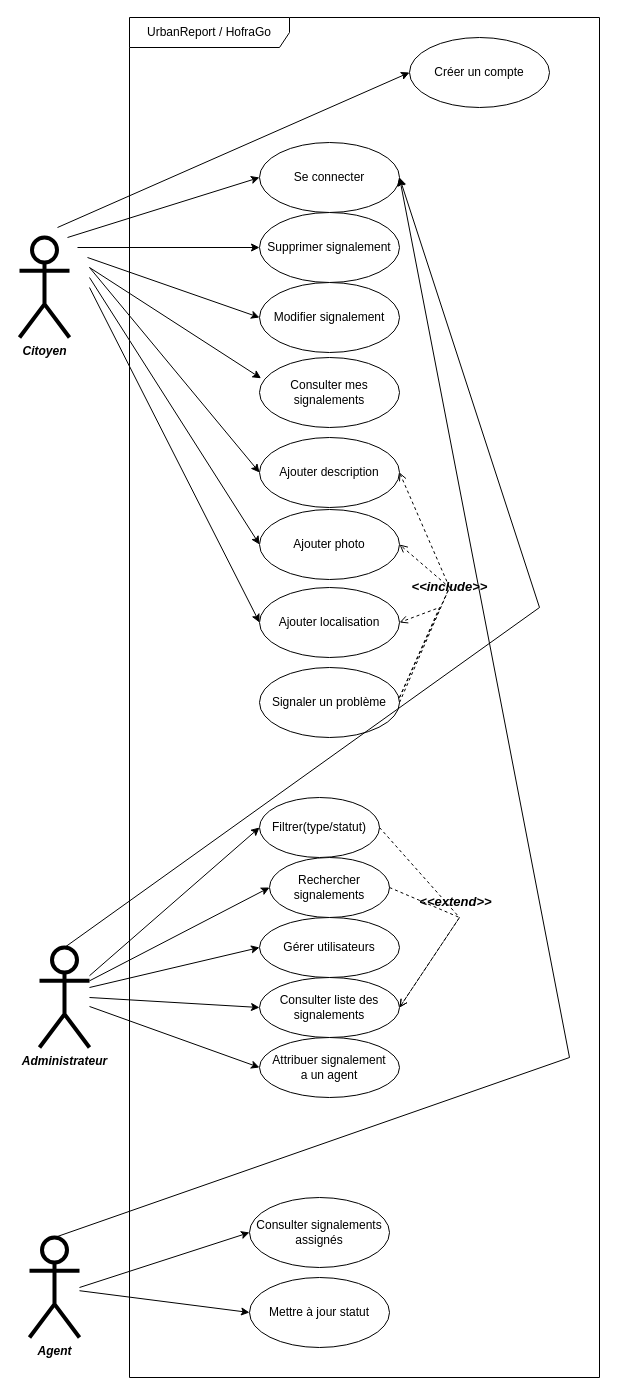
Earlier version of the draw.io diagram digramme de useCase.drawio (AyoubKhaoua/-Syst-me-de-Paiement-Orient-Objet). Source tidied: cells renumbered, new cells numbered last; positions are measured from the earlier drawing's top-left corner, leaving out a move shared by most shapes. Both pictures are drawn from the tidied source at 100%, with x=0, y=0 at pixel (19, 17).
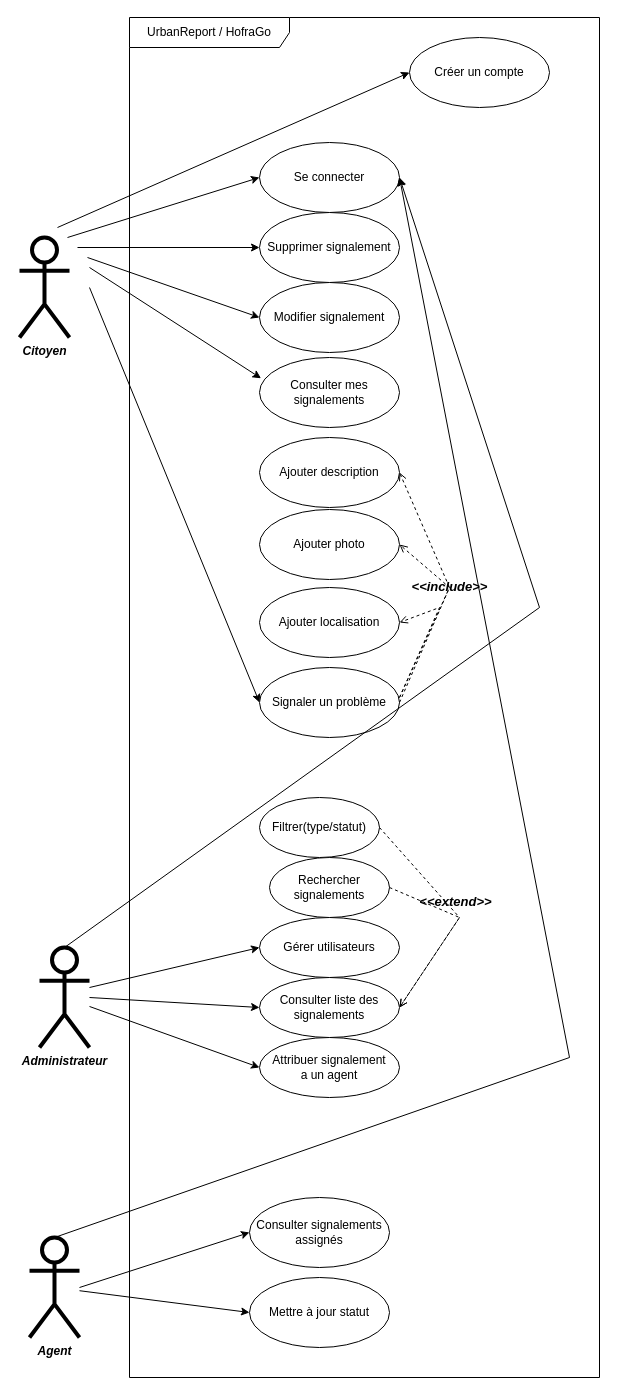
The same diagram, later.

Commit message:
Mettre à jour digramme de useCase.drawio

Unchanged cells that the change refers to:
```xml
<mxCell id="5" value="Ajouter description" style="ellipse;whiteSpace=wrap;html=1;" parent="1" vertex="1">
  <mxGeometry x="240" y="420" width="140" height="70" as="geometry" />
</mxCell>
<mxCell id="6" value="Ajouter localisation" style="ellipse;whiteSpace=wrap;html=1;" parent="1" vertex="1">
  <mxGeometry x="240" y="570" width="140" height="70" as="geometry" />
</mxCell>
<mxCell id="13" value="Signaler un problème" style="ellipse;whiteSpace=wrap;html=1;" parent="1" vertex="1">
  <mxGeometry x="240" y="650" width="140" height="70" as="geometry" />
</mxCell>
<mxCell id="14" value="Ajouter photo" style="ellipse;whiteSpace=wrap;html=1;" parent="1" vertex="1">
  <mxGeometry x="240" y="492" width="140" height="70" as="geometry" />
</mxCell>
<mxCell id="18" value="&lt;i&gt;&lt;b&gt;Administrateur&lt;/b&gt;&lt;/i&gt;" style="shape=umlActor;verticalLabelPosition=bottom;verticalAlign=top;html=1;strokeWidth=4;" parent="1" vertex="1">
  <mxGeometry x="20" y="930" width="50" height="100" as="geometry" />
</mxCell>
<mxCell id="34" value="Rechercher signalements" style="ellipse;whiteSpace=wrap;html=1;" parent="1" vertex="1">
  <mxGeometry x="250" y="840" width="120" height="60" as="geometry" />
</mxCell>
<mxCell id="35" value="Filtrer(type/statut)" style="ellipse;whiteSpace=wrap;html=1;" parent="1" vertex="1">
  <mxGeometry x="240" y="780" width="120" height="60" as="geometry" />
</mxCell>
```

Change to the diagram source:
```diff
@@
-    <mxCell id="24" style="endArrow=classic;html=1;rounded=0;entryX=0;entryY=0.5;entryDx=0;entryDy=0;" parent="1" edge="1" target="5">
-      <mxGeometry relative="1" as="geometry">
-        <mxPoint x="70" y="250" as="sourcePoint" />
-      </mxGeometry>
-    </mxCell>
-    <mxCell id="25" style="endArrow=classic;html=1;rounded=0;entryX=0;entryY=0.5;entryDx=0;entryDy=0;" parent="1" edge="1" target="14">
-      <mxGeometry relative="1" as="geometry">
-        <mxPoint x="70" y="260" as="sourcePoint" />
-      </mxGeometry>
-    </mxCell>
-    <mxCell id="26" style="endArrow=classic;html=1;rounded=0;entryX=0;entryY=0.5;entryDx=0;entryDy=0;" parent="1" edge="1" target="6">
+    <mxCell id="26" style="endArrow=classic;html=1;rounded=0;entryX=0;entryY=0.5;entryDx=0;entryDy=0;" parent="1" edge="1" target="13">
       <mxGeometry relative="1" as="geometry">
         <mxPoint x="70" y="270" as="sourcePoint" />
       </mxGeometry>
     </mxCell>
@@
-    <mxCell id="36" style="endArrow=classic;html=1;rounded=0;entryX=0;entryY=0.5;entryDx=0;entryDy=0;exitX=1;exitY=0.3333333333333333;exitDx=0;exitDy=0;exitPerimeter=0;" parent="1" edge="1" source="18" target="34">
-      <mxGeometry relative="1" as="geometry" />
-    </mxCell>
-    <mxCell id="37" style="endArrow=classic;html=1;rounded=0;entryX=0;entryY=0.5;entryDx=0;entryDy=0;" parent="1" edge="1" source="18" target="35">
-      <mxGeometry relative="1" as="geometry" />
-    </mxCell>
```
